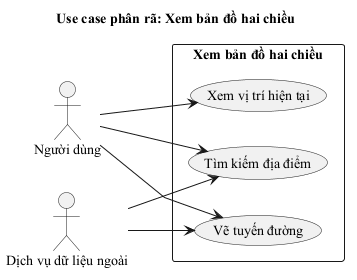
Above: figures/usecase_xem_ban_do.png in thanhmobile080604/My-Thesis-Latex (PlantUML), before the change. Source of this version:
```plantuml
@startuml usecase_xem_ban_do
skinparam defaultFontName "Times New Roman"
skinparam linetype polyline
left to right direction
title Use case phân rã: Xem bản đồ hai chiều

actor "Người dùng" as User
actor "Dịch vụ dữ liệu ngoài" as Ext

rectangle "Xem bản đồ hai chiều" {
  usecase "Xem vị trí hiện tại" as U1
  usecase "Tìm kiếm địa điểm" as U2
  usecase "Vẽ tuyến đường" as U3
}

User --> U1
User --> U2
User --> U3
Ext --> U2
Ext --> U3
@enduml
```
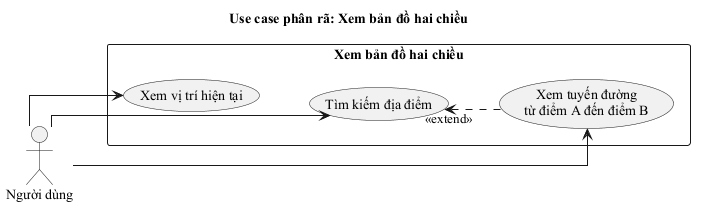
Later version of the same file.

What changed in the source:
```diff
@@ -1,21 +1,26 @@
 @startuml usecase_xem_ban_do
 skinparam defaultFontName "Times New Roman"
-skinparam linetype polyline
 left to right direction
+skinparam packageStyle rectangle
+skinparam linetype ortho
+skinparam nodesep 35
+skinparam ranksep 50
 title Use case phân rã: Xem bản đồ hai chiều
 
 actor "Người dùng" as User
-actor "Dịch vụ dữ liệu ngoài" as Ext
 
 rectangle "Xem bản đồ hai chiều" {
   usecase "Xem vị trí hiện tại" as U1
   usecase "Tìm kiếm địa điểm" as U2
-  usecase "Vẽ tuyến đường" as U3
+  usecase "Xem tuyến đường\ntừ điểm A đến điểm B" as U3
+
+  U1 -[hidden]down- U2
+  U2 -[hidden]down- U3
 }
 
 User --> U1
 User --> U2
 User --> U3
-Ext --> U2
-Ext --> U3
+
+U3 ..> U2 : <<extend>>
 @enduml
```
